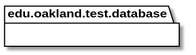
The PlantUML diagram docs/uml-class-diagrams/database/test/DatabaseTestPackage_InternalDependencies.svg in elilley15/csi-3370-software-project, before a commit. Source of this version:
```plantuml
@startuml DatabaseTestPackage_InternalDependencies

package edu.oakland.test.database {

}

@enduml
```
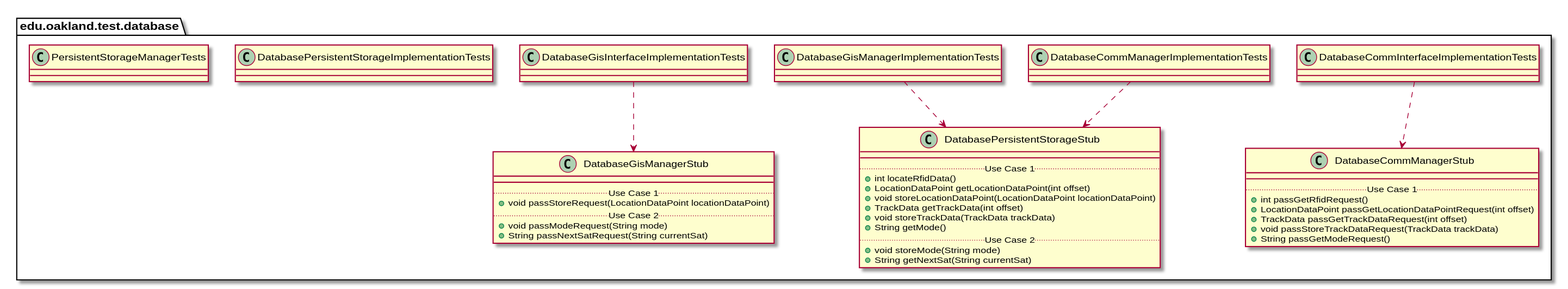
The same diagram one commit later.

Diff of the diagram source:
```diff
@@ -4,4 +4,97 @@
 
 }
 
+
+package edu.oakland.test.database {
+    class DatabaseCommInterfaceImplementationTests {
+
+    }
+}
+
+
+
+package edu.oakland.test.database {
+    class DatabaseCommManagerStub {
+        __
+        .. Use Case 1 ..
+        + int passGetRfidRequest()
+        + LocationDataPoint passGetLocationDataPointRequest(int offset)
+        + TrackData passGetTrackDataRequest(int offset)
+        + void passStoreTrackDataRequest(TrackData trackData)
+        + String passGetModeRequest()
+    }
+}
+
+DatabaseCommInterfaceImplementationTests ..> DatabaseCommManagerStub
+
+package edu.oakland.test.database {
+    class DatabaseCommManagerImplementationTests {
+
+    }
+}
+
+
+
+package edu.oakland.test.database {
+    class DatabasePersistentStorageStub {
+        __
+        .. Use Case 1 ..
+        + int locateRfidData()
+        + LocationDataPoint getLocationDataPoint(int offset)
+        + void storeLocationDataPoint(LocationDataPoint locationDataPoint)
+        + TrackData getTrackData(int offset)
+        + void storeTrackData(TrackData trackData)
+        + String getMode()
+        .. Use Case 2 ..
+        + void storeMode(String mode)
+        + String getNextSat(String currentSat)
+    }
+}
+
+DatabaseCommManagerImplementationTests ..> DatabasePersistentStorageStub
+
+package edu.oakland.test.database {
+    class DatabaseGisInterfaceImplementationTests {
+
+    }
+}
+
+
+
+package edu.oakland.test.database {
+    class DatabaseGisManagerStub {
+        __
+        .. Use Case 1 ..
+        + void passStoreRequest(LocationDataPoint locationDataPoint)
+        .. Use Case 2 ..
+        + void passModeRequest(String mode)
+        + String passNextSatRequest(String currentSat)
+    }
+}
+
+DatabaseGisInterfaceImplementationTests ..> DatabaseGisManagerStub
+
+package edu.oakland.test.database {
+    class DatabaseGisManagerImplementationTests {
+
+    }
+}
+
+
+DatabaseGisManagerImplementationTests ..> DatabasePersistentStorageStub
+
+package edu.oakland.test.database {
+    class DatabasePersistentStorageImplementationTests {
+
+    }
+}
+
+
+package edu.oakland.test.database {
+    class PersistentStorageManagerTests {
+
+    }
+}
+
+
 @enduml
```
